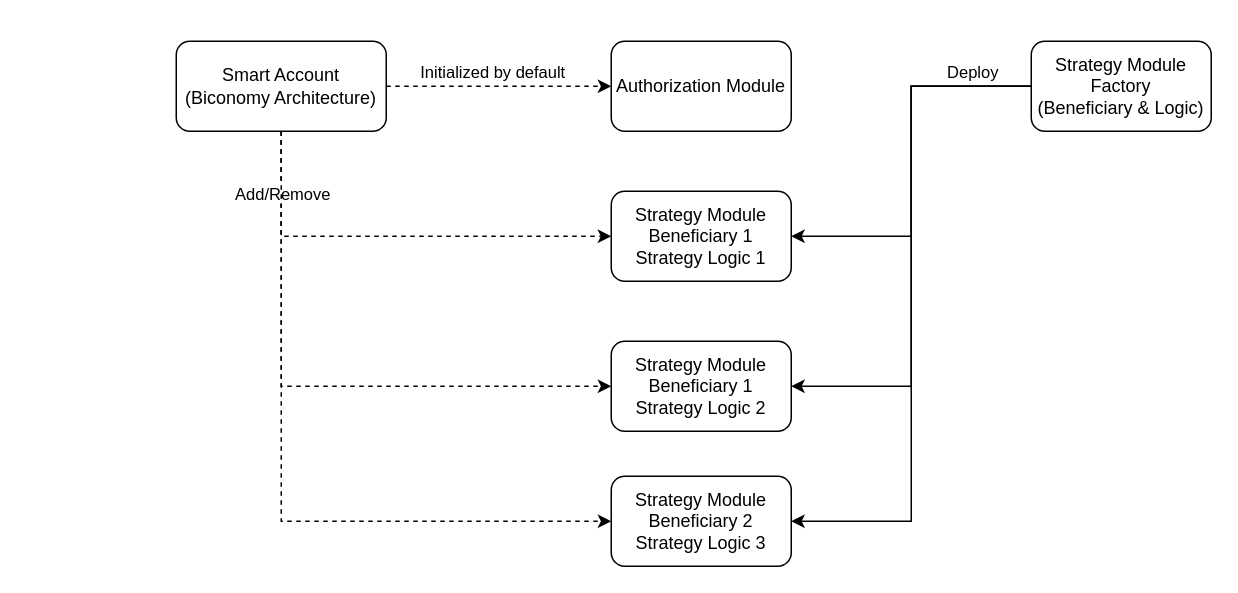
Before: defi-strategies/Untitled Diagram.drawio in Unhosted-Wallet/unhosted-modules, a draw.io diagram. Source tidied: cells renumbered, new cells numbered last; positions are measured from the earlier drawing's top-left corner, leaving out a move shared by most shapes. Both pictures are drawn from the tidied source at 150%, with x=0, y=0 at pixel (176, 40).
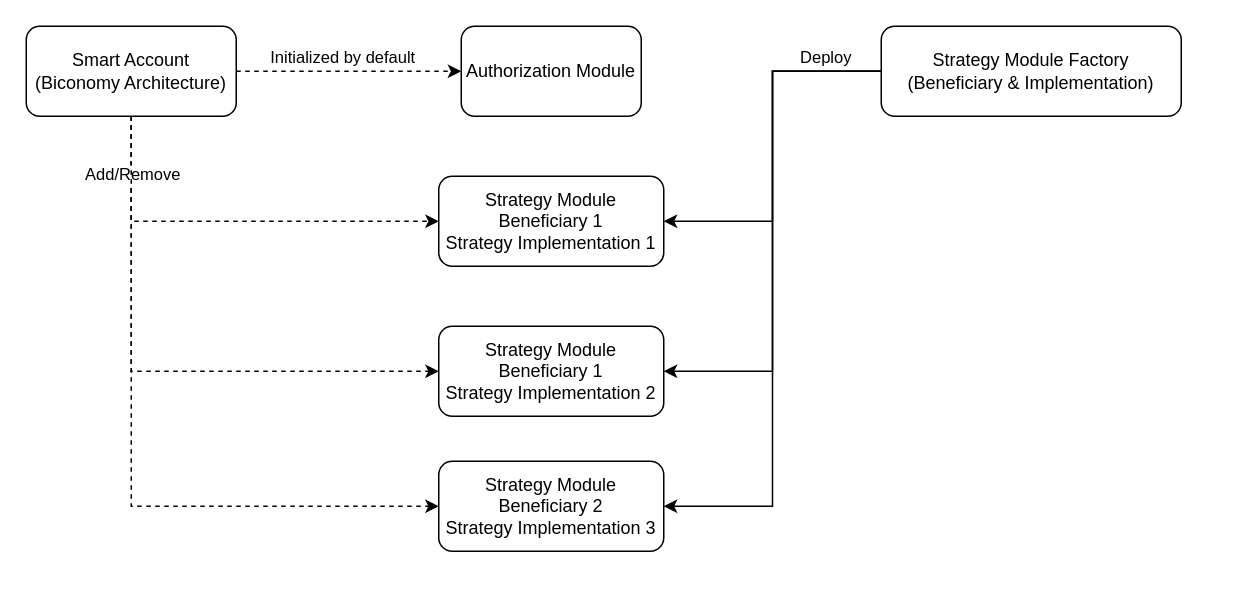
After the change.

Commit message (it also covers changes not shown here):
Strategy Module Diagram.drawio

What changed in the source:
```diff
@@
 <mxGraphModel>
   <root>
     <mxCell id="0" />
     <mxCell id="1" parent="0" />
     <mxCell id="2" style="edgeStyle=orthogonalEdgeStyle;rounded=0;jettySize=auto;html=1;dashed=1;" parent="1" edge="1" source="8" target="9">
       <mxGeometry relative="1" as="geometry" />
     </mxCell>
     <mxCell id="3" value="Initialized by default" style="edgeLabel;html=1;align=center;verticalAlign=middle;" parent="2" vertex="1">
       <mxGeometry x="-0.27" y="-2" relative="1" as="geometry">
         <mxPoint x="15" y="-12" as="offset" />
       </mxGeometry>
     </mxCell>
     <mxCell id="4" style="edgeStyle=orthogonalEdgeStyle;rounded=0;jettySize=auto;html=1;entryX=0;entryY=0.5;entryDx=0;entryDy=0;dashed=1;exitX=0.5;exitY=1;exitDx=0;exitDy=0;" parent="1" edge="1" source="8" target="10">
       <mxGeometry relative="1" as="geometry" />
     </mxCell>
     <mxCell id="5" style="edgeStyle=orthogonalEdgeStyle;rounded=0;jettySize=auto;html=1;entryX=0;entryY=0.5;entryDx=0;entryDy=0;dashed=1;exitX=0.5;exitY=1;exitDx=0;exitDy=0;" parent="1" edge="1" source="8" target="11">
       <mxGeometry relative="1" as="geometry" />
     </mxCell>
     <mxCell id="6" value="Add/Remove" style="edgeLabel;html=1;align=center;verticalAlign=middle;" parent="5" vertex="1">
       <mxGeometry x="-0.71" relative="1" as="geometry">
         <mxPoint y="-16" as="offset" />
       </mxGeometry>
     </mxCell>
     <mxCell id="7" style="edgeStyle=orthogonalEdgeStyle;rounded=0;jettySize=auto;html=1;entryX=0;entryY=0.5;entryDx=0;entryDy=0;dashed=1;exitX=0.5;exitY=1;exitDx=0;exitDy=0;" parent="1" edge="1" source="8" target="17">
       <mxGeometry relative="1" as="geometry" />
     </mxCell>
     <mxCell id="8" value="Smart Account&lt;br&gt;(Biconomy Architecture)" style="rounded=1;whiteSpace=wrap;html=1;" parent="1" vertex="1">
-      <mxGeometry width="140" height="60" as="geometry" />
+      <mxGeometry x="-100" y="-10" width="140" height="60" as="geometry" />
     </mxCell>
     <mxCell id="9" value="Authorization Module" style="whiteSpace=wrap;html=1;rounded=1;" parent="1" vertex="1">
-      <mxGeometry x="290" width="120" height="60" as="geometry" />
+      <mxGeometry x="190" y="-10" width="120" height="60" as="geometry" />
     </mxCell>
-    <mxCell id="10" value="Strategy Module&lt;br&gt;Beneficiary 1&lt;br&gt;Strategy Logic 1" style="whiteSpace=wrap;html=1;rounded=1;" parent="1" vertex="1">
-      <mxGeometry x="290" y="100" width="120" height="60" as="geometry" />
+    <mxCell id="10" value="Strategy Module&lt;br&gt;Beneficiary 1&lt;br&gt;Strategy Implementation 1" style="whiteSpace=wrap;html=1;rounded=1;" parent="1" vertex="1">
+      <mxGeometry x="175" y="90" width="150" height="60" as="geometry" />
     </mxCell>
-    <mxCell id="11" value="Strategy Module&lt;br&gt;Beneficiary 1&lt;br&gt;Strategy Logic 2" style="whiteSpace=wrap;html=1;rounded=1;" parent="1" vertex="1">
-      <mxGeometry x="290" y="200" width="120" height="60" as="geometry" />
+    <mxCell id="11" value="Strategy Module&lt;br&gt;Beneficiary 1&lt;br&gt;Strategy&amp;nbsp;Implementation 2" style="whiteSpace=wrap;html=1;rounded=1;" parent="1" vertex="1">
+      <mxGeometry x="175" y="190" width="150" height="60" as="geometry" />
     </mxCell>
     <mxCell id="12" style="edgeStyle=orthogonalEdgeStyle;rounded=0;jettySize=auto;html=1;exitX=0;exitY=0.5;exitDx=0;exitDy=0;entryX=1;entryY=0.5;entryDx=0;entryDy=0;" parent="1" edge="1" source="16" target="11">
       <mxGeometry relative="1" as="geometry" />
     </mxCell>
     <mxCell id="13" style="edgeStyle=orthogonalEdgeStyle;rounded=0;jettySize=auto;html=1;entryX=1;entryY=0.5;entryDx=0;entryDy=0;" parent="1" edge="1" source="16" target="10">
       <mxGeometry relative="1" as="geometry" />
     </mxCell>
     <mxCell id="14" value="Deploy" style="edgeLabel;html=1;align=center;verticalAlign=middle;" parent="13" vertex="1">
       <mxGeometry x="-0.72" y="5" relative="1" as="geometry">
         <mxPoint x="-4" y="-15" as="offset" />
       </mxGeometry>
     </mxCell>
     <mxCell id="15" style="edgeStyle=orthogonalEdgeStyle;rounded=0;jettySize=auto;html=1;entryX=1;entryY=0.5;entryDx=0;entryDy=0;" parent="1" edge="1" source="16" target="17">
       <mxGeometry relative="1" as="geometry" />
     </mxCell>
-    <mxCell id="16" value="Strategy Module Factory&lt;br&gt;(Beneficiary &amp;amp; Logic)" style="whiteSpace=wrap;html=1;rounded=1;" parent="1" vertex="1">
-      <mxGeometry x="570" width="120" height="60" as="geometry" />
+    <mxCell id="16" value="Strategy Module Factory&lt;br&gt;(Beneficiary &amp;amp;&amp;nbsp;Implementation)" style="whiteSpace=wrap;html=1;rounded=1;" parent="1" vertex="1">
+      <mxGeometry x="470" y="-10" width="200" height="60" as="geometry" />
     </mxCell>
-    <mxCell id="17" value="Strategy Module&lt;br&gt;Beneficiary 2&lt;br&gt;Strategy Logic 3" style="whiteSpace=wrap;html=1;rounded=1;" parent="1" vertex="1">
-      <mxGeometry x="290" y="290" width="120" height="60" as="geometry" />
+    <mxCell id="17" value="Strategy Module&lt;br&gt;Beneficiary 2&lt;br&gt;Strategy&amp;nbsp;Implementation 3" style="whiteSpace=wrap;html=1;rounded=1;" parent="1" vertex="1">
+      <mxGeometry x="175" y="280" width="150" height="60" as="geometry" />
     </mxCell>
   </root>
 </mxGraphModel>
```
